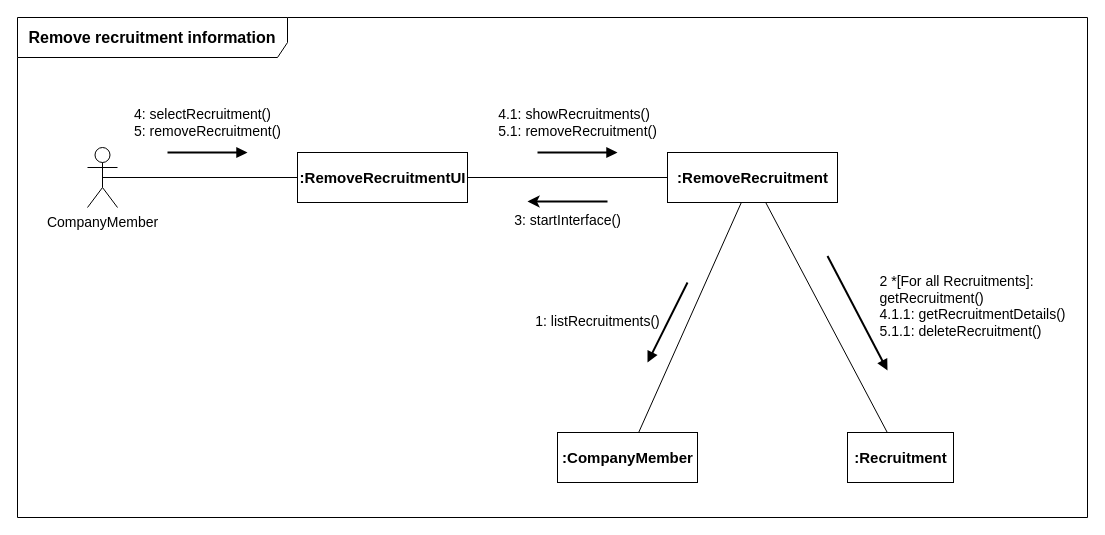
FinancialWorld16/SE_TEAM keeps this draw.io diagram as page "채용정보 삭제" (3 of 4) of B811010_고한강/소공과제2.drawio. Above is the earlier version. Source tidied: cells renumbered, new cells numbered last; positions are measured from the earlier drawing's top-left corner, leaving out a move shared by most shapes. Both pictures are drawn from the tidied source at 100%, with x=0, y=0 at pixel (17, 17).
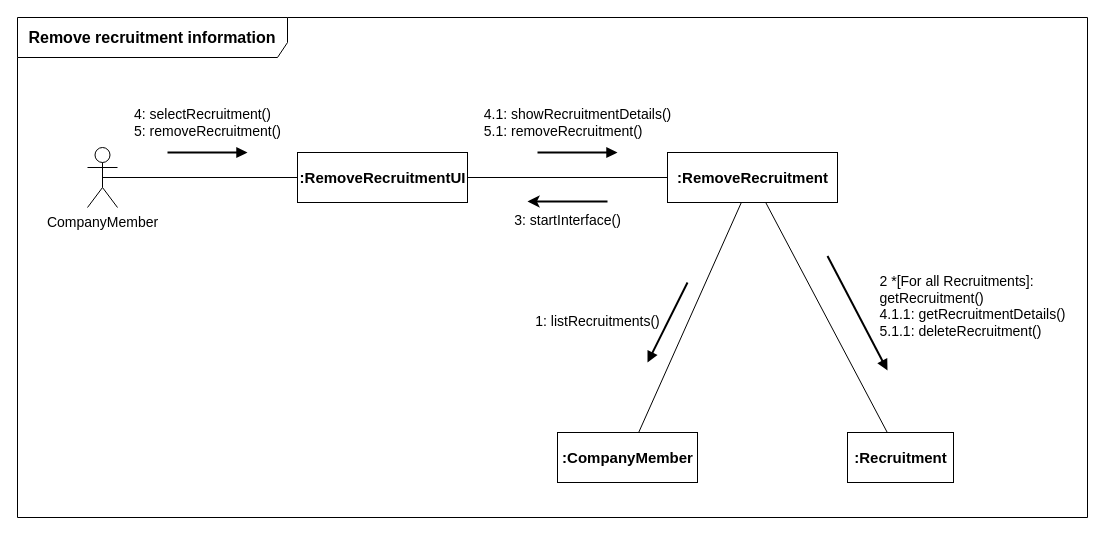
Above is the later version.

Change to the diagram source:
```diff
@@
-    <mxCell id="16" value="&lt;div style=&quot;text-align: left; font-size: 14px;&quot;&gt;&lt;font style=&quot;font-size: 14px;&quot;&gt;4.1: showRecruitments()&lt;/font&gt;&lt;/div&gt;&lt;div style=&quot;text-align: left; font-size: 14px;&quot;&gt;&lt;font style=&quot;font-size: 14px;&quot;&gt;5.1: removeRecruitment()&lt;/font&gt;&lt;/div&gt;" style="html=1;verticalAlign=bottom;endArrow=block;rounded=0;arcSize=20;strokeWidth=2;" parent="1" edge="1">
+    <mxCell id="16" value="&lt;div style=&quot;text-align: left; font-size: 14px;&quot;&gt;&lt;font style=&quot;font-size: 14px;&quot;&gt;4.1: showRecruitmentDetails()&lt;/font&gt;&lt;/div&gt;&lt;div style=&quot;text-align: left; font-size: 14px;&quot;&gt;&lt;font style=&quot;font-size: 14px;&quot;&gt;5.1: removeRecruitment()&lt;/font&gt;&lt;/div&gt;" style="html=1;verticalAlign=bottom;endArrow=block;rounded=0;arcSize=20;strokeWidth=2;" parent="1" edge="1">
       <mxGeometry y="10" relative="1" as="geometry">
         <mxPoint x="520" y="135" as="sourcePoint" />
         <mxPoint x="600" y="135" as="targetPoint" />
       </mxGeometry>
     </mxCell>
```
